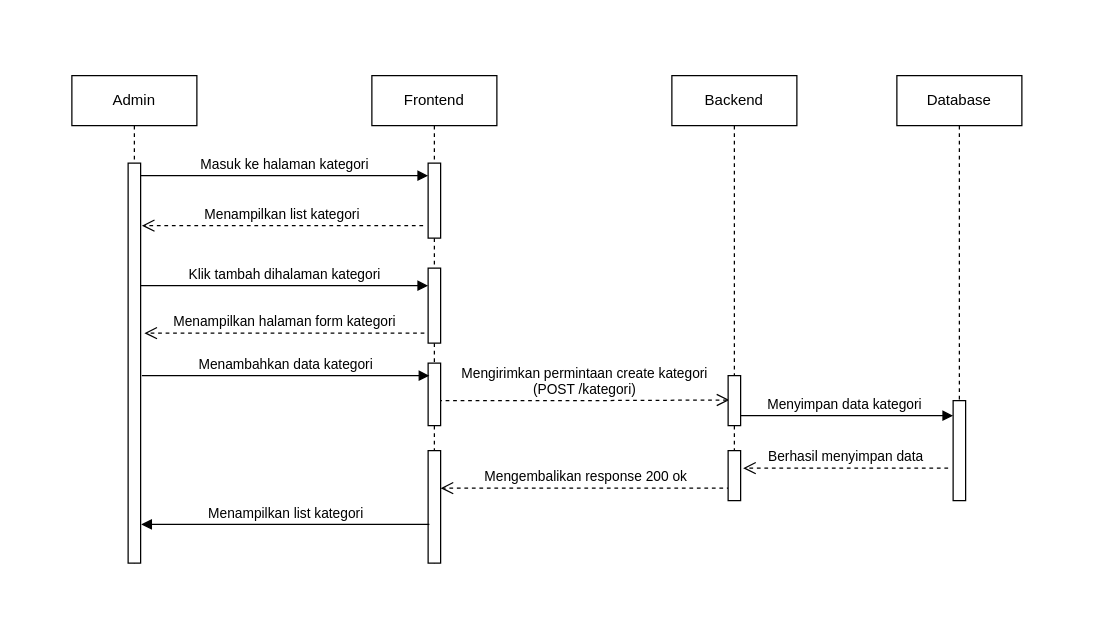
Before: page "Page-1" (1 of 12) of Sequence.drawio in sintariaulia/Diagram, a draw.io diagram. Source tidied: cells renumbered, new cells numbered last; positions are measured from the earlier drawing's top-left corner, leaving out a move shared by most shapes. Both pictures are drawn from the tidied source at 125%, with x=0, y=0 at pixel (71, 75).
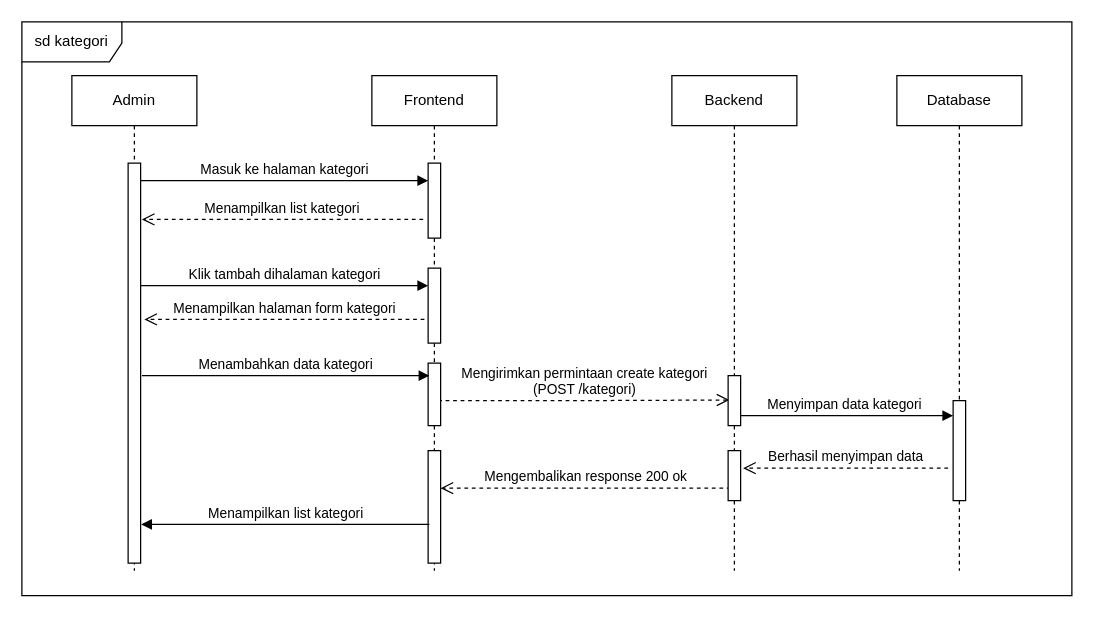
After the change.

The change refers to these unchanged cells:
```xml
<mxCell id="6" style="html=1;points=[];perimeter=orthogonalPerimeter;outlineConnect=0;targetShapes=umlLifeline;portConstraint=eastwest;newEdgeStyle={&quot;edgeStyle&quot;:&quot;elbowEdgeStyle&quot;,&quot;elbow&quot;:&quot;vertical&quot;,&quot;curved&quot;:0,&quot;rounded&quot;:0};" parent="5" vertex="1">
  <mxGeometry x="45" y="70" width="10" height="320" as="geometry" />
</mxCell>
<mxCell id="8" style="html=1;points=[];perimeter=orthogonalPerimeter;outlineConnect=0;targetShapes=umlLifeline;portConstraint=eastwest;newEdgeStyle={&quot;edgeStyle&quot;:&quot;elbowEdgeStyle&quot;,&quot;elbow&quot;:&quot;vertical&quot;,&quot;curved&quot;:0,&quot;rounded&quot;:0};" parent="7" vertex="1">
  <mxGeometry x="45" y="70" width="10" height="60" as="geometry" />
</mxCell>
```

Diff of the diagram source:
```diff
@@
     <mxCell id="5" value="Admin" style="shape=umlLifeline;perimeter=lifelinePerimeter;whiteSpace=wrap;html=1;newEdgeStyle={&quot;edgeStyle&quot;:&quot;elbowEdgeStyle&quot;,&quot;elbow&quot;:&quot;vertical&quot;,&quot;curved&quot;:0,&quot;rounded&quot;:0};" parent="1" vertex="1">
-      <mxGeometry width="100" height="390" as="geometry" />
+      <mxGeometry width="100" height="396" as="geometry" />
     </mxCell>
@@
     <mxCell id="7" value="Frontend" style="shape=umlLifeline;perimeter=lifelinePerimeter;whiteSpace=wrap;html=1;newEdgeStyle={&quot;edgeStyle&quot;:&quot;elbowEdgeStyle&quot;,&quot;elbow&quot;:&quot;vertical&quot;,&quot;curved&quot;:0,&quot;rounded&quot;:0};" parent="1" vertex="1">
-      <mxGeometry x="240" width="100" height="390" as="geometry" />
+      <mxGeometry x="240" width="100" height="396" as="geometry" />
     </mxCell>
@@
-    <mxCell id="12" value="Masuk ke halaman kategori" style="html=1;verticalAlign=bottom;endArrow=block;edgeStyle=elbowEdgeStyle;elbow=horizontal;curved=0;rounded=0;" parent="1" edge="1" source="6" target="8">
+    <mxCell id="12" value="Masuk ke halaman kategori" style="html=1;verticalAlign=bottom;endArrow=block;edgeStyle=elbowEdgeStyle;elbow=horizontal;curved=0;rounded=0;" parent="1" edge="1">
       <mxGeometry relative="1" as="geometry">
+        <mxPoint x="55" y="84" as="sourcePoint" />
+        <mxPoint x="285" y="84" as="targetPoint" />
         <Array as="points">
-          <mxPoint x="140" y="80" />
+          <mxPoint x="140" y="84" />
         </Array>
       </mxGeometry>
     </mxCell>
     <mxCell id="13" value="Menampilkan halaman form kategori" style="html=1;verticalAlign=bottom;endArrow=open;dashed=1;endSize=8;edgeStyle=elbowEdgeStyle;elbow=horizontal;curved=0;rounded=0;" parent="1" edge="1">
       <mxGeometry relative="1" as="geometry">
-        <mxPoint x="282" y="206" as="sourcePoint" />
-        <mxPoint x="58" y="206" as="targetPoint" />
+        <mxPoint x="282" y="195" as="sourcePoint" />
+        <mxPoint x="58" y="195" as="targetPoint" />
       </mxGeometry>
     </mxCell>
     <mxCell id="14" value="Backend" style="shape=umlLifeline;perimeter=lifelinePerimeter;whiteSpace=wrap;html=1;newEdgeStyle={&quot;edgeStyle&quot;:&quot;elbowEdgeStyle&quot;,&quot;elbow&quot;:&quot;vertical&quot;,&quot;curved&quot;:0,&quot;rounded&quot;:0};" parent="1" vertex="1">
-      <mxGeometry x="480" width="100" height="340" as="geometry" />
+      <mxGeometry x="480" width="100" height="396" as="geometry" />
     </mxCell>
@@
     <mxCell id="17" value="Database" style="shape=umlLifeline;perimeter=lifelinePerimeter;whiteSpace=wrap;html=1;newEdgeStyle={&quot;edgeStyle&quot;:&quot;elbowEdgeStyle&quot;,&quot;elbow&quot;:&quot;vertical&quot;,&quot;curved&quot;:0,&quot;rounded&quot;:0};" parent="1" vertex="1">
-      <mxGeometry x="660" width="100" height="340" as="geometry" />
+      <mxGeometry x="660" width="100" height="396" as="geometry" />
     </mxCell>
@@
     <mxCell id="19" value="Menampilkan list kategori" style="html=1;verticalAlign=bottom;endArrow=open;dashed=1;endSize=8;edgeStyle=elbowEdgeStyle;elbow=vertical;curved=0;rounded=0;" parent="1" edge="1">
       <mxGeometry relative="1" as="geometry">
-        <mxPoint x="281" y="120" as="sourcePoint" />
-        <mxPoint x="56" y="120" as="targetPoint" />
+        <mxPoint x="281" y="115" as="sourcePoint" />
+        <mxPoint x="56" y="115" as="targetPoint" />
       </mxGeometry>
     </mxCell>
@@
+    <mxCell id="24" value="sd kategori" style="shape=umlFrame;whiteSpace=wrap;html=1;width=80;height=32;" parent="1" vertex="1">
+      <mxGeometry x="-40" y="-43" width="840" height="459" as="geometry" />
+    </mxCell>
```
